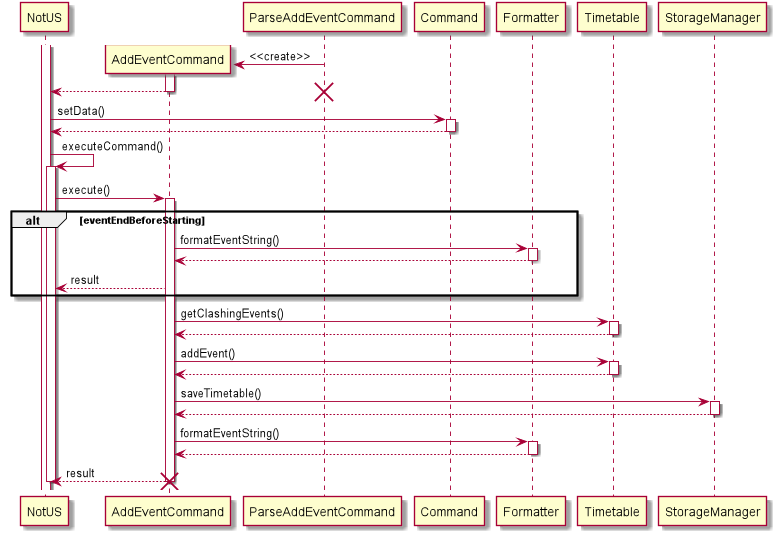
The PlantUML diagram docs/diagrams/out/AddEvent_Sequence.png in nus-cs2113-AY2021S1/tp, before a commit. Source of this version:
```plantuml
@startuml

activate NotUS

create AddEventCommand

ParseAddEventCommand -> AddEventCommand: <<create>>

activate AddEventCommand
AddEventCommand --> NotUS
deactivate AddEventCommand

deactivate ParseAddEventCommand

destroy ParseAddEventCommand

NotUS -> Command: setData()

activate Command
Command --> NotUS
deactivate Command

NotUS -> NotUS: executeCommand()
activate NotUS
NotUS -> AddEventCommand: execute()

activate AddEventCommand
alt eventEndBeforeStarting
AddEventCommand -> Formatter: formatEventString()
activate Formatter
return
deactivate Formatter
AddEventCommand --> NotUS: result
end

AddEventCommand -> Timetable: getClashingEvents()
activate Timetable
return
deactivate Timetable

AddEventCommand -> Timetable: addEvent()
activate Timetable
return
deactivate Timetable

AddEventCommand -> StorageManager: saveTimetable()
activate StorageManager
return
deactivate StorageManager

AddEventCommand -> Formatter: formatEventString()
activate Formatter
return
deactivate Formatter

AddEventCommand --> NotUS: result
deactivate AddEventCommand

deactivate NotUS
destroy AddEventCommand
@enduml
```
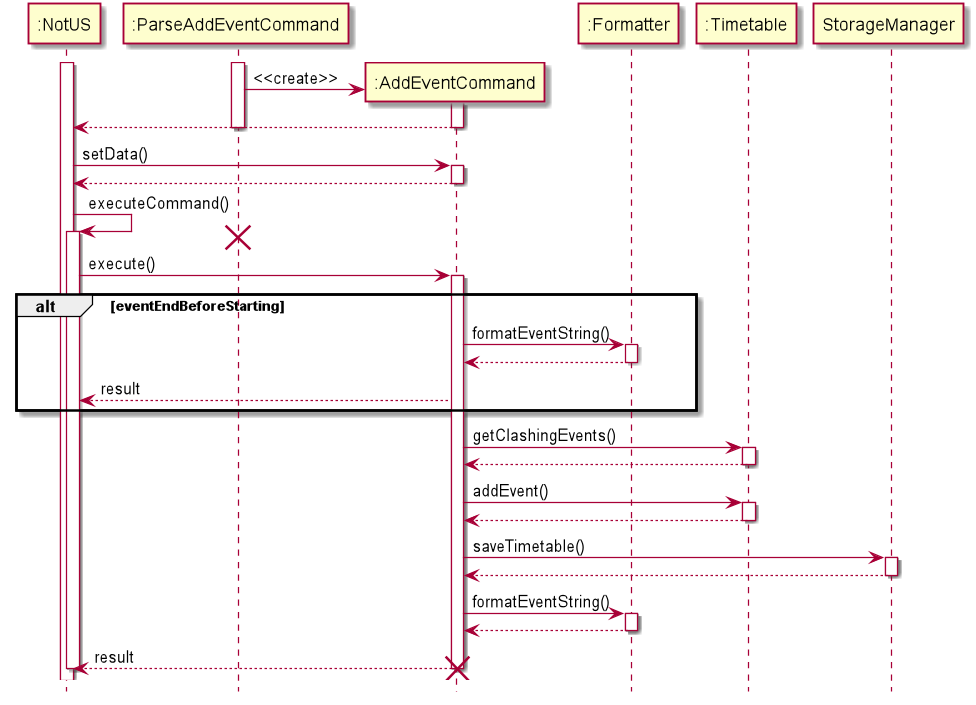
Later version of the same file.

Change to the diagram source:
```diff
@@ -1,8 +1,16 @@
 @startuml
+hide footbox
+
+participant ":NotUS" as NotUS
+participant ":ParseAddEventCommand" as ParseAddEventCommand
+participant ":AddEventCommand" as AddEventCommand
+participant ":Formatter" as Formatter
+participant ":Timetable" as Timetable
 
 activate NotUS
 
 create AddEventCommand
+activate ParseAddEventCommand
 
 ParseAddEventCommand -> AddEventCommand: <<create>>
 
@@ -12,15 +20,15 @@
 
 deactivate ParseAddEventCommand
 
-destroy ParseAddEventCommand
+NotUS -> AddEventCommand: setData()
 
-NotUS -> Command: setData()
-
-activate Command
-Command --> NotUS
-deactivate Command
+activate AddEventCommand
+AddEventCommand --> NotUS
+deactivate AddEventCommand
 
 NotUS -> NotUS: executeCommand()
+
+destroy ParseAddEventCommand
 activate NotUS
 NotUS -> AddEventCommand: execute()
 
```
